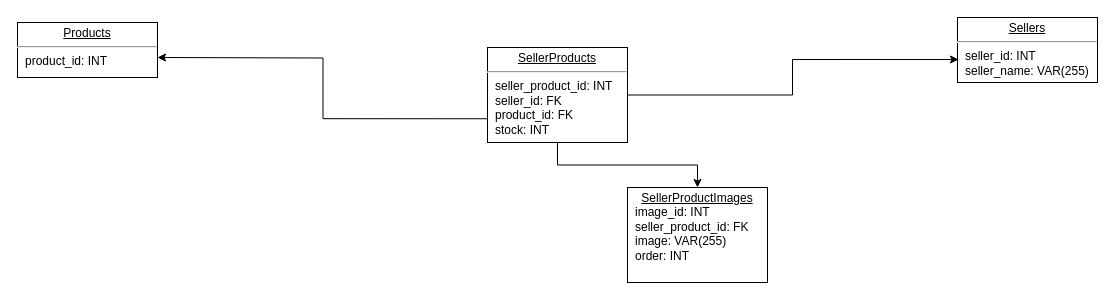
Earlier version of the draw.io diagram Диаграмма без названия.drawio (vinter-man/db_draw_io). Source tidied: cells renumbered, new cells numbered last; positions are measured from the earlier drawing's top-left corner, leaving out a move shared by most shapes. Both pictures are drawn from the tidied source at 100%, with x=0, y=0 at pixel (17, 17).
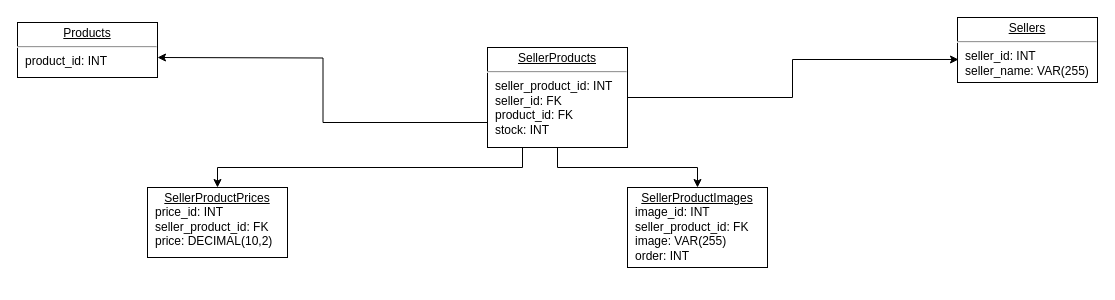
The same page after the edit.

Commit message:
add table SellerProductPrices

Diff of the diagram source:
```diff
@@
 <mxGraphModel>
   <root>
     <mxCell id="0" />
     <mxCell id="1" parent="0" />
     <mxCell id="2" value="&lt;p style=&quot;margin: 0px ; margin-top: 4px ; text-align: center ; text-decoration: underline&quot;&gt;Products&lt;/p&gt;&lt;hr&gt;&lt;p style=&quot;margin: 0px ; margin-left: 8px&quot;&gt;product_id: INT&lt;/p&gt;&lt;p style=&quot;margin: 0px ; margin-left: 8px&quot;&gt;&lt;br&gt;&lt;/p&gt;" style="verticalAlign=top;align=left;overflow=fill;fontSize=12;fontFamily=Helvetica;html=1;rounded=0;shadow=0;comic=0;labelBackgroundColor=none;strokeWidth=1;" parent="1" vertex="1">
       <mxGeometry y="5" width="140" height="55" as="geometry" />
     </mxCell>
     <mxCell id="3" value="&lt;p style=&quot;margin: 0px ; margin-top: 4px ; text-align: center ; text-decoration: underline&quot;&gt;Sellers&lt;/p&gt;&lt;hr&gt;&lt;p style=&quot;margin: 0px ; margin-left: 8px&quot;&gt;seller_id: INT&lt;/p&gt;&lt;p style=&quot;margin: 0px ; margin-left: 8px&quot;&gt;seller_name: VAR(255)&lt;/p&gt;&lt;p style=&quot;margin: 0px ; margin-left: 8px&quot;&gt;&lt;br&gt;&lt;/p&gt;" style="verticalAlign=top;align=left;overflow=fill;fontSize=12;fontFamily=Helvetica;html=1;rounded=0;shadow=0;comic=0;labelBackgroundColor=none;strokeWidth=1;" parent="1" vertex="1">
       <mxGeometry x="940" width="140" height="65" as="geometry" />
     </mxCell>
     <mxCell id="4" style="edgeStyle=orthogonalEdgeStyle;rounded=0;jettySize=auto;html=1;entryX=0.007;entryY=0.646;entryDx=0;entryDy=0;entryPerimeter=0;" parent="1" edge="1" source="7" target="3">
       <mxGeometry relative="1" as="geometry" />
     </mxCell>
     <mxCell id="5" style="edgeStyle=orthogonalEdgeStyle;rounded=0;jettySize=auto;html=1;exitX=0;exitY=0.75;exitDx=0;exitDy=0;" parent="1" edge="1" source="7">
       <mxGeometry relative="1" as="geometry">
         <mxPoint x="140" y="40" as="targetPoint" />
       </mxGeometry>
     </mxCell>
     <mxCell id="6" style="edgeStyle=orthogonalEdgeStyle;rounded=0;jettySize=auto;html=1;" parent="1" edge="1" source="7" target="8">
       <mxGeometry relative="1" as="geometry" />
     </mxCell>
+    <mxCell id="9" style="edgeStyle=orthogonalEdgeStyle;rounded=0;jettySize=auto;html=1;exitX=0.25;exitY=1;exitDx=0;exitDy=0;" parent="1" edge="1" source="7" target="10">
+      <mxGeometry relative="1" as="geometry" />
+    </mxCell>
     <mxCell id="7" value="&lt;p style=&quot;margin: 0px ; margin-top: 4px ; text-align: center ; text-decoration: underline&quot;&gt;SellerProducts&lt;/p&gt;&lt;hr&gt;&lt;p style=&quot;margin: 0px ; margin-left: 8px&quot;&gt;seller_product_id: INT&lt;/p&gt;&lt;p style=&quot;margin: 0px ; margin-left: 8px&quot;&gt;seller_id: FK&lt;/p&gt;&lt;p style=&quot;margin: 0px ; margin-left: 8px&quot;&gt;product_id: FK&lt;/p&gt;&lt;p style=&quot;margin: 0px ; margin-left: 8px&quot;&gt;stock: INT&lt;br&gt;&lt;/p&gt;&lt;p style=&quot;margin: 0px ; margin-left: 8px&quot;&gt;&lt;br&gt;&lt;/p&gt;" style="verticalAlign=top;align=left;overflow=fill;fontSize=12;fontFamily=Helvetica;html=1;rounded=0;shadow=0;comic=0;labelBackgroundColor=none;strokeWidth=1;" parent="1" vertex="1">
-      <mxGeometry x="470" y="30" width="140" height="95" as="geometry" />
+      <mxGeometry x="470" y="30" width="140" height="100" as="geometry" />
     </mxCell>
     <mxCell id="8" value="&lt;p style=&quot;margin: 0px ; margin-top: 4px ; text-align: center ; text-decoration: underline&quot;&gt;SellerProductImages&lt;/p&gt;&lt;p style=&quot;margin: 0px ; margin-left: 8px&quot;&gt;image_id: INT&lt;/p&gt;&lt;p style=&quot;margin: 0px ; margin-left: 8px&quot;&gt;seller_product_id: FK&lt;/p&gt;&lt;p style=&quot;margin: 0px ; margin-left: 8px&quot;&gt;image: VAR(255)&lt;/p&gt;&lt;p style=&quot;margin: 0px ; margin-left: 8px&quot;&gt;order: INT&lt;br&gt;&lt;/p&gt;&lt;p style=&quot;margin: 0px ; margin-left: 8px&quot;&gt;&lt;br&gt;&lt;/p&gt;" style="verticalAlign=top;align=left;overflow=fill;fontSize=12;fontFamily=Helvetica;html=1;rounded=0;shadow=0;comic=0;labelBackgroundColor=none;strokeWidth=1;" parent="1" vertex="1">
-      <mxGeometry x="610" y="170" width="140" height="95" as="geometry" />
+      <mxGeometry x="610" y="170" width="140" height="80" as="geometry" />
     </mxCell>
+    <mxCell id="10" value="&lt;p style=&quot;margin: 0px ; margin-top: 4px ; text-align: center ; text-decoration: underline&quot;&gt;SellerProductPrices&lt;/p&gt;&lt;p style=&quot;margin: 0px ; margin-left: 8px&quot;&gt;price_id: INT&lt;/p&gt;&lt;p style=&quot;margin: 0px ; margin-left: 8px&quot;&gt;seller_product_id: FK&lt;/p&gt;&lt;p style=&quot;margin: 0px ; margin-left: 8px&quot;&gt;price: DECIMAL(10,2)&lt;/p&gt;&lt;p style=&quot;margin: 0px ; margin-left: 8px&quot;&gt;&lt;br&gt;&lt;/p&gt;&lt;p style=&quot;margin: 0px ; margin-left: 8px&quot;&gt;&lt;br&gt;&lt;/p&gt;" style="verticalAlign=top;align=left;overflow=fill;fontSize=12;fontFamily=Helvetica;html=1;rounded=0;shadow=0;comic=0;labelBackgroundColor=none;strokeWidth=1;" parent="1" vertex="1">
+      <mxGeometry x="130" y="170" width="140" height="70" as="geometry" />
+    </mxCell>
   </root>
 </mxGraphModel>
```
